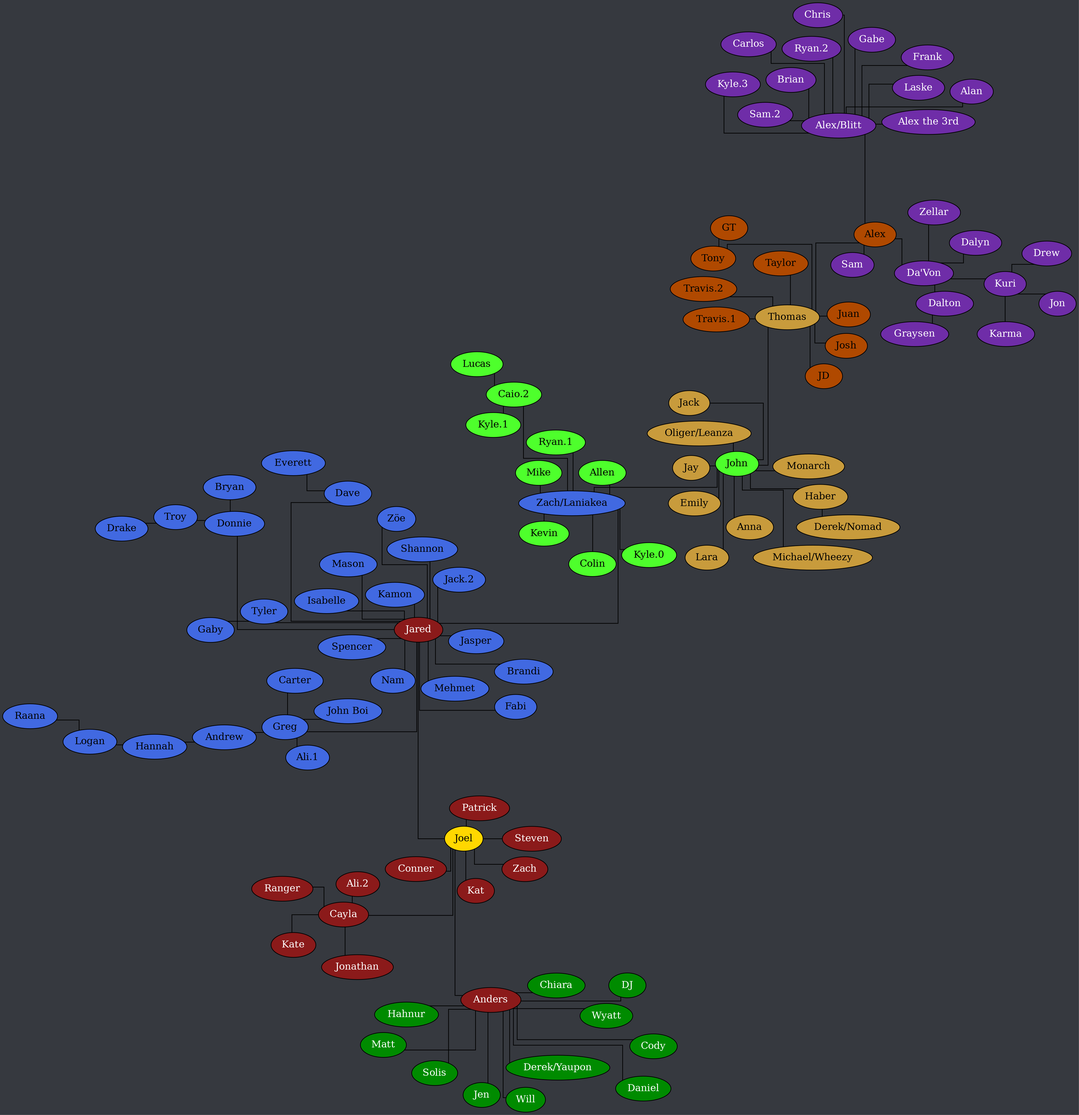
Documidas/CoronaCatzFamilyTree keeps this Graphviz diagram as tree.png. Above is the earlier version. Its source is kept beside it as tree.dot.
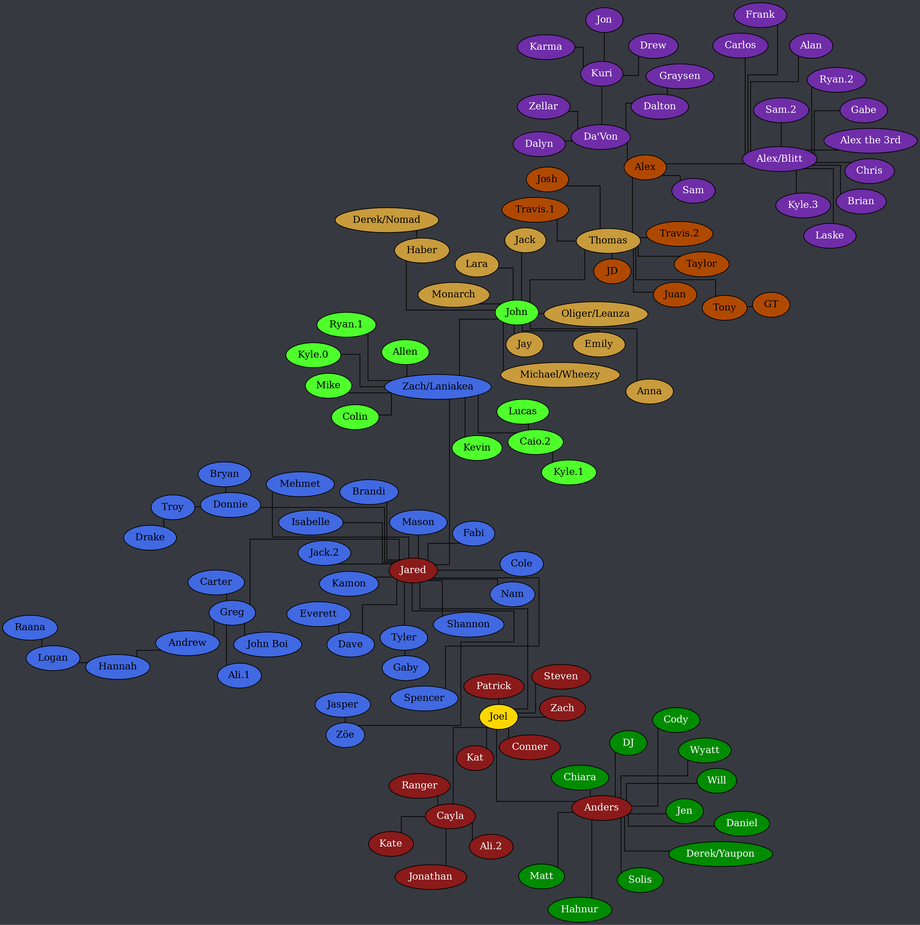
Above is the later version.

Commit message:
Add Cole, rearrange Jasper

Change to the diagram source:
```diff
@@ -62,7 +62,7 @@
 		Jared -- Donnie;
 		Jared -- Fabi;
 		Jared -- "Jack.2";
-		Jared -- Jasper;
+		Jared -- Cole;
 		Jared -- Kamon;
 		Jared -- Greg;
 		Jared -- Isabelle;
@@ -77,6 +77,7 @@
 		Logan -- Raana;
 		Troy -- Drake;
 		Tyler -- Gaby;
+		"Zöe" -- Jasper;
 	}
 
 	subgraph "Zach/Laniakea" {
```
